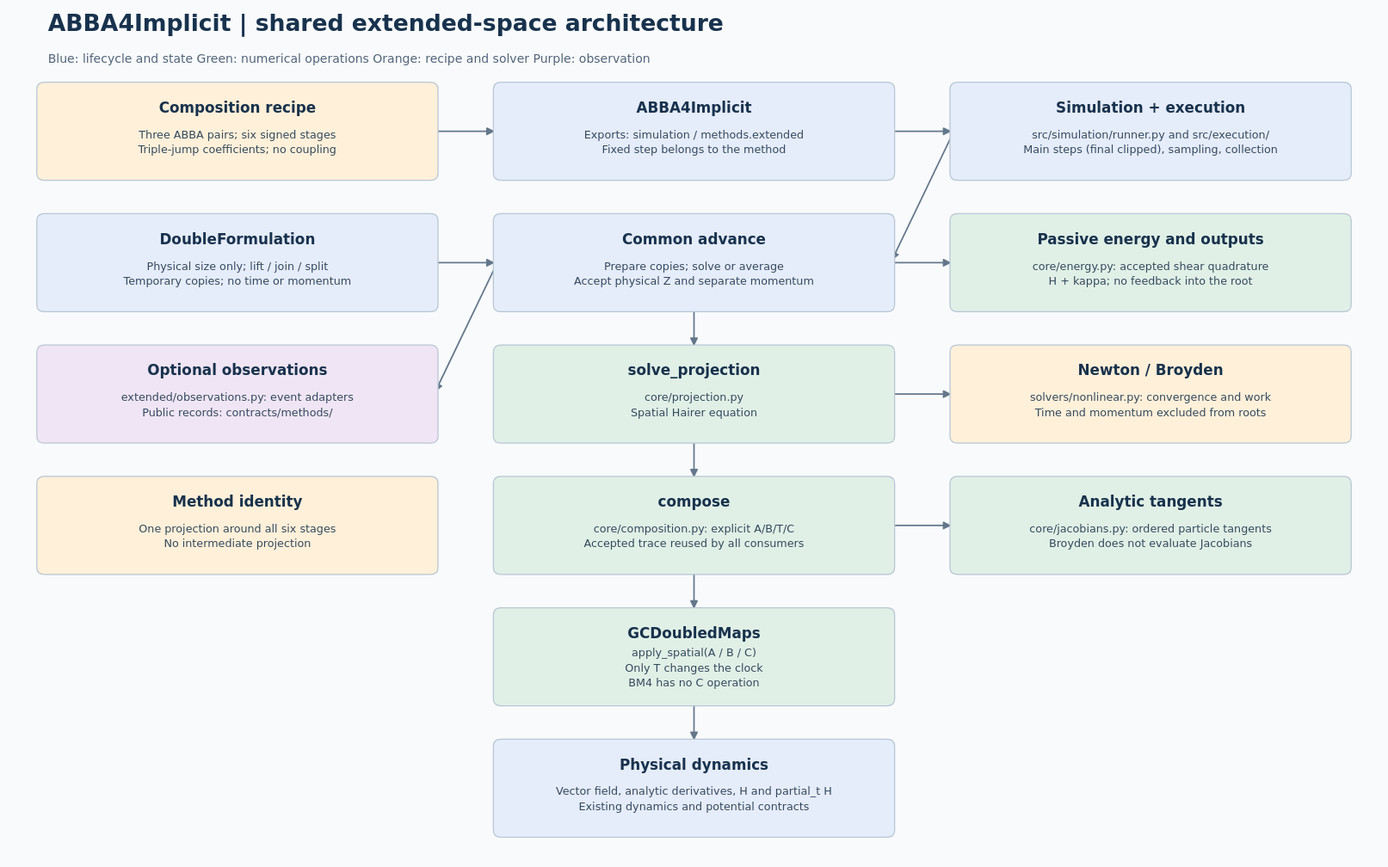
Above: docs/models/abba4-implicit/simulation/abba4-implicit-simulation-architecture.svg in Jugibe-52/GC2D_intranet (PlantUML), before the change. Its source is kept beside it as docs/models/abba4-implicit/simulation/abba4-implicit-simulation-architecture.puml.
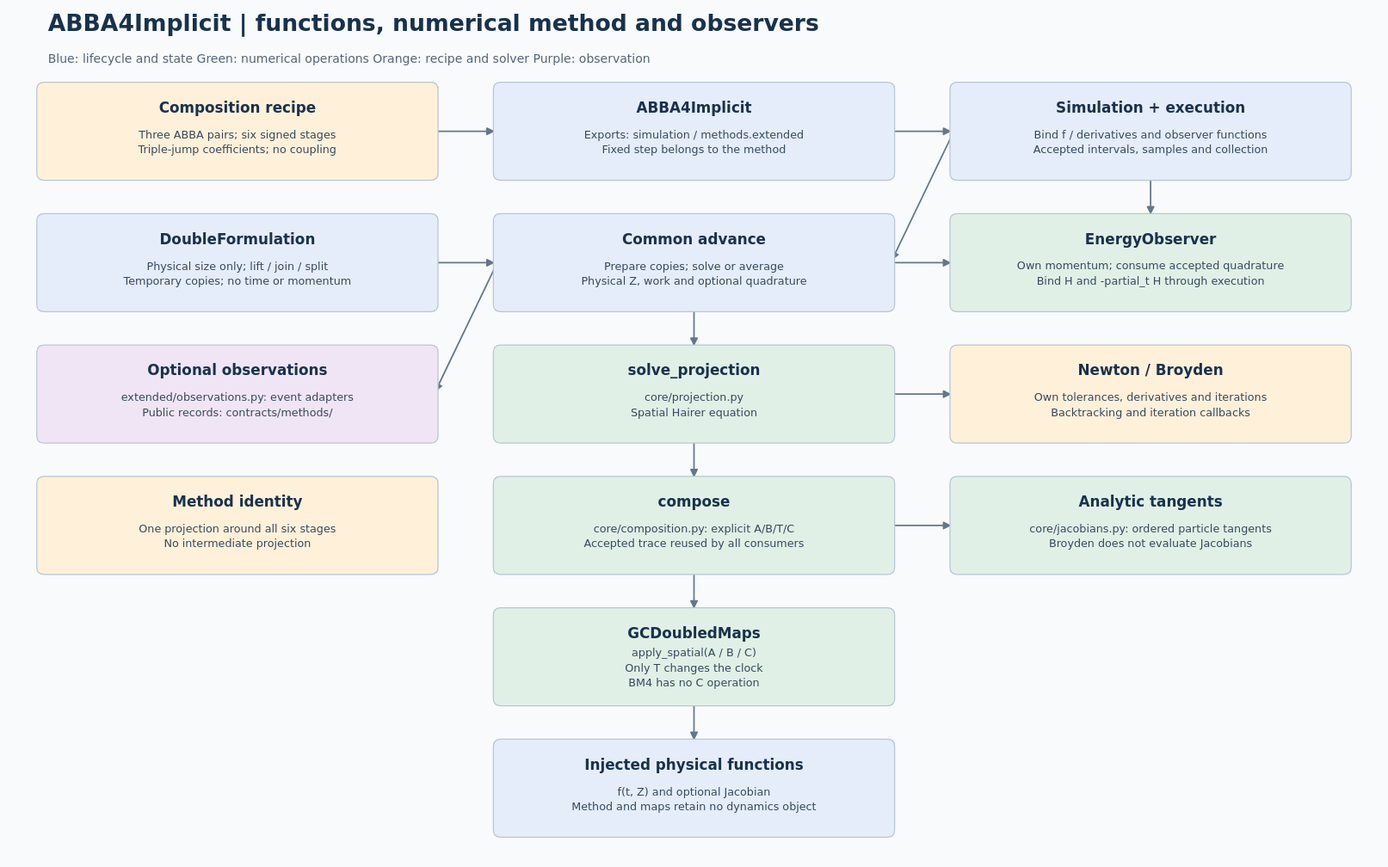
The same diagram one commit later.

Change to the diagram source:
```diff
@@ -4,23 +4,24 @@
   node [shape=box, style="rounded,filled", fontname="DejaVu Sans"];
   recipe [label="Composition recipe\nThree ABBA pairs; six signed stages\nTriple-jump coefficients; no coupling", fillcolor="#fff0d9"];
   method [label="ABBA4Implicit\nExports: simulation / methods.extended\nFixed step belongs to the method", fillcolor="#e5ecfa"];
-  driver [label="Simulation + execution\nsrc/simulation/runner.py and src/execution/\nMain steps (final clipped), sampling, collection", fillcolor="#e5ecfa"];
+  driver [label="Simulation + execution\nBind f / derivatives and observer functions\nAccepted intervals, samples and collection", fillcolor="#e5ecfa"];
   state [label="DoubleFormulation\nPhysical size only; lift / join / split\nTemporary copies; no time or momentum", fillcolor="#e5ecfa"];
-  advance [label="Common advance\nPrepare copies; solve or average\nAccept physical Z and separate momentum", fillcolor="#e5ecfa"];
-  energy [label="Passive energy and outputs\ncore/energy.py: accepted shear quadrature\nH + kappa; no feedback into the root", fillcolor="#e1f0e6"];
+  advance [label="Common advance\nPrepare copies; solve or average\nPhysical Z, work and optional quadrature", fillcolor="#e5ecfa"];
+  energy [label="EnergyObserver\nOwn momentum; consume accepted quadrature\nBind H and -partial_t H through execution", fillcolor="#e1f0e6"];
   observe [label="Optional observations\nextended/observations.py: event adapters\nPublic records: contracts/methods/", fillcolor="#f0e5f5"];
   projection [label="solve_projection\ncore/projection.py\nSpatial Hairer equation", fillcolor="#e1f0e6"];
-  solver [label="Newton / Broyden\nsolvers/nonlinear.py: convergence and work\nTime and momentum excluded from roots", fillcolor="#fff0d9"];
+  solver [label="Newton / Broyden\nOwn tolerances, derivatives and iterations\nBacktracking and iteration callbacks", fillcolor="#fff0d9"];
   placement [label="Method identity\nOne projection around all six stages\nNo intermediate projection", fillcolor="#fff0d9"];
   compose [label="compose\ncore/composition.py: explicit A/B/T/C\nAccepted trace reused by all consumers", fillcolor="#e1f0e6"];
   tangent [label="Analytic tangents\ncore/jacobians.py: ordered particle tangents\nBroyden does not evaluate Jacobians", fillcolor="#e1f0e6"];
   maps [label="GCDoubledMaps\napply_spatial(A / B / C)\nOnly T changes the clock\nBM4 has no C operation", fillcolor="#e1f0e6"];
-  dynamics [label="Physical dynamics\nVector field, analytic derivatives, H and partial_t H\nExisting dynamics and potential contracts", fillcolor="#e5ecfa"];
+  dynamics [label="Injected physical functions\nf(t, Z) and optional Jacobian\nMethod and maps retain no dynamics object", fillcolor="#e5ecfa"];
   recipe -> method;
   method -> driver;
   driver -> advance;
   state -> advance;
   advance -> projection;
+  driver -> energy;
   advance -> energy;
   advance -> observe;
   projection -> compose;
```
